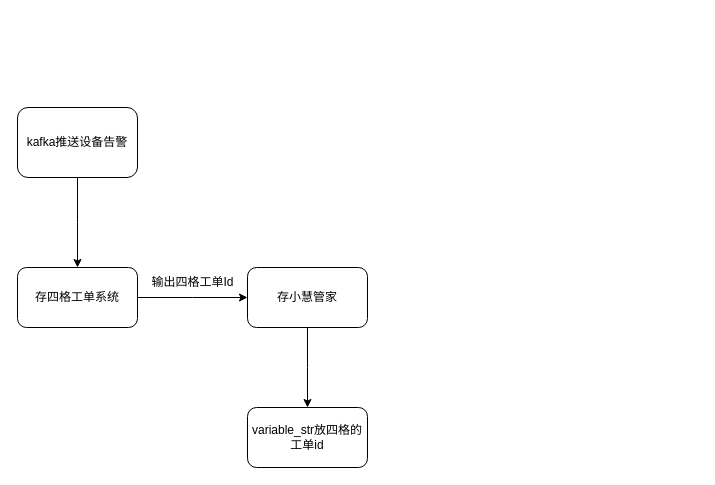
Before: temp_2023-12-22.drawio in Navven/Img, a draw.io diagram. Source tidied: cells renumbered, new cells numbered last; positions are measured from the earlier drawing's top-left corner, leaving out a move shared by most shapes. Both pictures are drawn from the tidied source at 100%, with x=0, y=0 at pixel (17, 107).
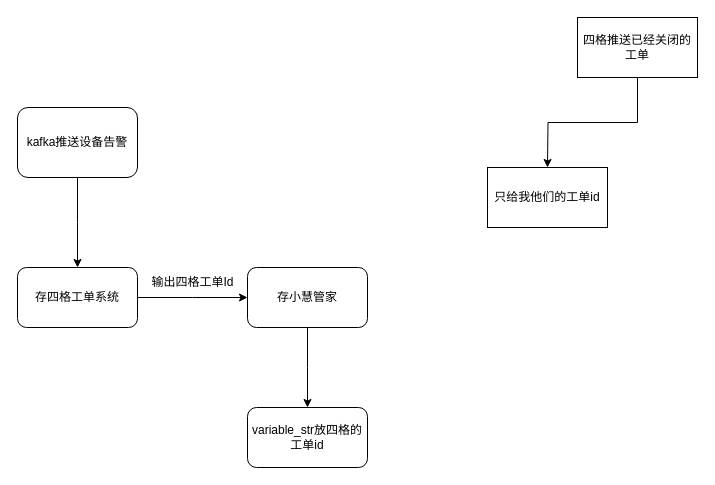
After the change.

Diff of the diagram source:
```diff
@@
 <mxGraphModel>
   <root>
     <mxCell id="0" />
     <mxCell id="1" parent="0" />
     <mxCell id="2" style="edgeStyle=orthogonalEdgeStyle;rounded=0;jettySize=auto;html=1;exitX=0.5;exitY=1;exitDx=0;exitDy=0;" parent="1" edge="1" source="3">
       <mxGeometry relative="1" as="geometry">
         <mxPoint x="60" y="160" as="targetPoint" />
       </mxGeometry>
     </mxCell>
     <mxCell id="3" value="kafka推送设备告警" style="rounded=1;whiteSpace=wrap;html=1;" parent="1" vertex="1">
       <mxGeometry width="120" height="70" as="geometry" />
     </mxCell>
     <mxCell id="4" style="edgeStyle=orthogonalEdgeStyle;rounded=0;jettySize=auto;html=1;exitX=1;exitY=0.5;exitDx=0;exitDy=0;" parent="1" edge="1" source="5">
       <mxGeometry relative="1" as="geometry">
         <mxPoint x="230" y="190" as="targetPoint" />
       </mxGeometry>
     </mxCell>
     <mxCell id="5" value="存四格工单系统" style="rounded=1;whiteSpace=wrap;html=1;" parent="1" vertex="1">
       <mxGeometry y="160" width="120" height="60" as="geometry" />
     </mxCell>
     <mxCell id="6" value="输出四格工单Id" style="text;html=1;align=center;verticalAlign=middle;strokeColor=none;fillColor=none;" parent="1" vertex="1">
       <mxGeometry x="120" y="160" width="110" height="30" as="geometry" />
     </mxCell>
     <mxCell id="7" style="edgeStyle=orthogonalEdgeStyle;rounded=0;jettySize=auto;html=1;exitX=0.5;exitY=1;exitDx=0;exitDy=0;" parent="1" edge="1" source="8">
       <mxGeometry relative="1" as="geometry">
         <mxPoint x="290" y="300" as="targetPoint" />
       </mxGeometry>
     </mxCell>
     <mxCell id="8" value="存小慧管家" style="rounded=1;whiteSpace=wrap;html=1;" parent="1" vertex="1">
       <mxGeometry x="230" y="160" width="120" height="60" as="geometry" />
     </mxCell>
     <mxCell id="9" value="variable_str放四格的工单id" style="rounded=1;whiteSpace=wrap;html=1;" parent="1" vertex="1">
       <mxGeometry x="230" y="300" width="120" height="60" as="geometry" />
     </mxCell>
+    <mxCell id="10" style="edgeStyle=orthogonalEdgeStyle;rounded=0;jettySize=auto;html=1;exitX=0.5;exitY=1;exitDx=0;exitDy=0;" parent="1" edge="1" source="11">
+      <mxGeometry relative="1" as="geometry">
+        <mxPoint x="530" y="60" as="targetPoint" />
+      </mxGeometry>
+    </mxCell>
+    <mxCell id="11" value="四格推送已经关闭的工单" style="whiteSpace=wrap;html=1;" parent="1" vertex="1">
+      <mxGeometry x="560" y="-90" width="120" height="60" as="geometry" />
+    </mxCell>
+    <mxCell id="12" value="只给我他们的工单id" style="rounded=0;whiteSpace=wrap;html=1;" parent="1" vertex="1">
+      <mxGeometry x="470" y="60" width="120" height="60" as="geometry" />
+    </mxCell>
   </root>
 </mxGraphModel>
```
